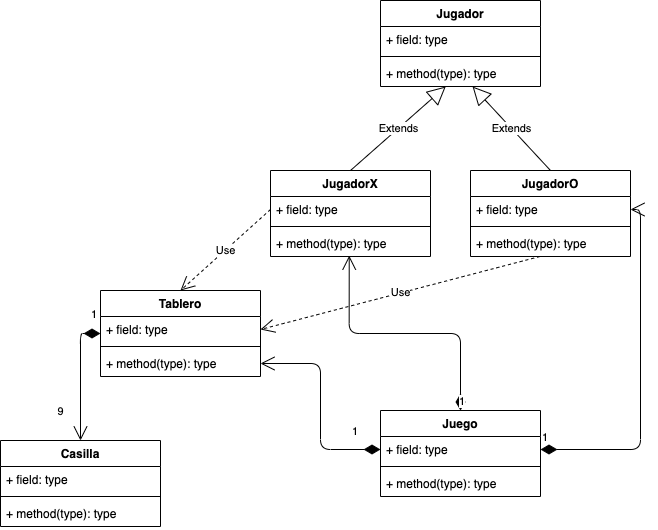
Before: P45/Clase8/UML_TresEnRaya.png, a diagram exported from draw.io (luismescobarf/clasesCiclo2). Source tidied: cells renumbered, new cells last; positions are measured from the earlier drawing's top-left corner, leaving out a move shared by most shapes. The source it was exported from:
```xml
<mxGraphModel background="#ffffff">
  <root>
    <mxCell id="0" />
    <mxCell id="1" parent="0" />
    <mxCell id="2" value="Casilla" style="swimlane;fontStyle=1;align=center;verticalAlign=top;horizontal=1;startSize=26;" parent="1" vertex="1">
      <mxGeometry y="440" width="160" height="86" as="geometry" />
    </mxCell>
    <mxCell id="3" value="+ field: type" style="text;strokeColor=none;fillColor=none;align=left;verticalAlign=top;spacingLeft=4;spacingRight=4;overflow=hidden;" parent="2" vertex="1">
      <mxGeometry y="26" width="160" height="26" as="geometry" />
    </mxCell>
    <mxCell id="4" style="line;strokeWidth=1;fillColor=none;align=left;verticalAlign=middle;spacingTop=-1;spacingLeft=3;spacingRight=3;labelPosition=right;" parent="2" vertex="1">
      <mxGeometry y="52" width="160" height="8" as="geometry" />
    </mxCell>
    <mxCell id="5" value="+ method(type): type" style="text;strokeColor=none;fillColor=none;align=left;verticalAlign=top;spacingLeft=4;spacingRight=4;overflow=hidden;" parent="2" vertex="1">
      <mxGeometry y="60" width="160" height="26" as="geometry" />
    </mxCell>
    <mxCell id="6" value="Tablero" style="swimlane;fontStyle=1;align=center;verticalAlign=top;horizontal=1;startSize=26;" parent="1" vertex="1">
      <mxGeometry x="100" y="290" width="160" height="86" as="geometry" />
    </mxCell>
    <mxCell id="7" value="+ field: type" style="text;strokeColor=none;fillColor=none;align=left;verticalAlign=top;spacingLeft=4;spacingRight=4;overflow=hidden;points=[[0,0.5],[1,0.5]];portConstraint=eastwest;" parent="6" vertex="1">
      <mxGeometry y="26" width="160" height="26" as="geometry" />
    </mxCell>
    <mxCell id="8" style="line;strokeWidth=1;fillColor=none;align=left;verticalAlign=middle;spacingTop=-1;spacingLeft=3;spacingRight=3;labelPosition=right;" parent="6" vertex="1">
      <mxGeometry y="52" width="160" height="8" as="geometry" />
    </mxCell>
    <mxCell id="9" value="+ method(type): type" style="text;strokeColor=none;fillColor=none;align=left;verticalAlign=top;spacingLeft=4;spacingRight=4;overflow=hidden;points=[[0,0.5],[1,0.5]];portConstraint=eastwest;" parent="6" vertex="1">
      <mxGeometry y="60" width="160" height="26" as="geometry" />
    </mxCell>
    <mxCell id="10" value="1" style="endArrow=open;html=1;endSize=12;startArrow=diamondThin;startSize=14;startFill=1;edgeStyle=orthogonalEdgeStyle;align=left;verticalAlign=bottom;entryX=0.5;entryY=0;entryDx=0;entryDy=0;exitX=0;exitY=0.5;exitDx=0;exitDy=0;" parent="1" edge="1" source="6" target="2">
      <mxGeometry x="-0.83" y="-10" relative="1" as="geometry" />
    </mxCell>
    <mxCell id="11" value="9" style="edgeLabel;html=1;align=center;verticalAlign=middle;" parent="10" vertex="1">
      <mxGeometry x="0.24" y="-1" relative="1" as="geometry">
        <mxPoint x="-19" y="18" as="offset" />
      </mxGeometry>
    </mxCell>
    <mxCell id="12" value="Jugador" style="swimlane;fontStyle=1;align=center;verticalAlign=top;horizontal=1;startSize=26;" parent="1" vertex="1">
      <mxGeometry x="380" width="160" height="86" as="geometry" />
    </mxCell>
    <mxCell id="13" value="+ field: type" style="text;strokeColor=none;fillColor=none;align=left;verticalAlign=top;spacingLeft=4;spacingRight=4;overflow=hidden;" parent="12" vertex="1">
      <mxGeometry y="26" width="160" height="26" as="geometry" />
    </mxCell>
    <mxCell id="14" style="line;strokeWidth=1;fillColor=none;align=left;verticalAlign=middle;spacingTop=-1;spacingLeft=3;spacingRight=3;labelPosition=right;" parent="12" vertex="1">
      <mxGeometry y="52" width="160" height="8" as="geometry" />
    </mxCell>
    <mxCell id="15" value="+ method(type): type" style="text;strokeColor=none;fillColor=none;align=left;verticalAlign=top;spacingLeft=4;spacingRight=4;overflow=hidden;points=[[0,0.5],[1,0.5]];portConstraint=eastwest;" parent="12" vertex="1">
      <mxGeometry y="60" width="160" height="26" as="geometry" />
    </mxCell>
    <mxCell id="16" value="JugadorX" style="swimlane;fontStyle=1;align=center;verticalAlign=top;horizontal=1;startSize=26;" parent="1" vertex="1">
      <mxGeometry x="270" y="170" width="160" height="86" as="geometry" />
    </mxCell>
    <mxCell id="17" value="+ field: type" style="text;strokeColor=none;fillColor=none;align=left;verticalAlign=top;spacingLeft=4;spacingRight=4;overflow=hidden;points=[[0,0.5],[1,0.5]];portConstraint=eastwest;" parent="16" vertex="1">
      <mxGeometry y="26" width="160" height="26" as="geometry" />
    </mxCell>
    <mxCell id="18" style="line;strokeWidth=1;fillColor=none;align=left;verticalAlign=middle;spacingTop=-1;spacingLeft=3;spacingRight=3;labelPosition=right;" parent="16" vertex="1">
      <mxGeometry y="52" width="160" height="8" as="geometry" />
    </mxCell>
    <mxCell id="19" value="+ method(type): type" style="text;strokeColor=none;fillColor=none;align=left;verticalAlign=top;spacingLeft=4;spacingRight=4;overflow=hidden;points=[[0,0.5],[1,0.5]];portConstraint=eastwest;" parent="16" vertex="1">
      <mxGeometry y="60" width="160" height="26" as="geometry" />
    </mxCell>
    <mxCell id="20" value="JugadorO" style="swimlane;fontStyle=1;align=center;verticalAlign=top;horizontal=1;startSize=26;" parent="1" vertex="1">
      <mxGeometry x="470" y="170" width="160" height="86" as="geometry" />
    </mxCell>
    <mxCell id="21" value="+ field: type" style="text;strokeColor=none;fillColor=none;align=left;verticalAlign=top;spacingLeft=4;spacingRight=4;overflow=hidden;points=[[0,0.5],[1,0.5]];portConstraint=eastwest;" parent="20" vertex="1">
      <mxGeometry y="26" width="160" height="26" as="geometry" />
    </mxCell>
    <mxCell id="22" style="line;strokeWidth=1;fillColor=none;align=left;verticalAlign=middle;spacingTop=-1;spacingLeft=3;spacingRight=3;labelPosition=right;" parent="20" vertex="1">
      <mxGeometry y="52" width="160" height="8" as="geometry" />
    </mxCell>
    <mxCell id="23" value="+ method(type): type" style="text;strokeColor=none;fillColor=none;align=left;verticalAlign=top;spacingLeft=4;spacingRight=4;overflow=hidden;points=[[0,0.5],[1,0.5]];portConstraint=eastwest;" parent="20" vertex="1">
      <mxGeometry y="60" width="160" height="26" as="geometry" />
    </mxCell>
    <mxCell id="24" value="Extends" style="endArrow=block;endSize=16;endFill=0;html=1;exitX=0.5;exitY=0;exitDx=0;exitDy=0;" parent="1" edge="1" source="16" target="15">
      <mxGeometry relative="1" as="geometry" />
    </mxCell>
    <mxCell id="25" value="Extends" style="endArrow=block;endSize=16;endFill=0;html=1;exitX=0.5;exitY=0;exitDx=0;exitDy=0;" parent="1" edge="1" source="20" target="15">
      <mxGeometry relative="1" as="geometry" />
    </mxCell>
    <mxCell id="26" value="Use" style="endArrow=open;endSize=12;dashed=1;html=1;exitX=0;exitY=0.5;exitDx=0;exitDy=0;entryX=0.5;entryY=0;entryDx=0;entryDy=0;" parent="1" edge="1" source="17" target="6">
      <mxGeometry relative="1" as="geometry" />
    </mxCell>
    <mxCell id="27" value="Use" style="endArrow=open;endSize=12;dashed=1;html=1;exitX=0.434;exitY=1;exitDx=0;exitDy=0;entryX=1;entryY=0.5;entryDx=0;entryDy=0;exitPerimeter=0;" parent="1" edge="1" source="23" target="7">
      <mxGeometry relative="1" as="geometry" />
    </mxCell>
    <mxCell id="28" value="Juego" style="swimlane;fontStyle=1;align=center;verticalAlign=top;horizontal=1;startSize=26;" parent="1" vertex="1">
      <mxGeometry x="380" y="410" width="160" height="86" as="geometry" />
    </mxCell>
    <mxCell id="29" value="+ field: type" style="text;strokeColor=none;fillColor=none;align=left;verticalAlign=top;spacingLeft=4;spacingRight=4;overflow=hidden;points=[[0,0.5],[1,0.5]];portConstraint=eastwest;" parent="28" vertex="1">
      <mxGeometry y="26" width="160" height="26" as="geometry" />
    </mxCell>
    <mxCell id="30" style="line;strokeWidth=1;fillColor=none;align=left;verticalAlign=middle;spacingTop=-1;spacingLeft=3;spacingRight=3;labelPosition=right;" parent="28" vertex="1">
      <mxGeometry y="52" width="160" height="8" as="geometry" />
    </mxCell>
    <mxCell id="31" value="+ method(type): type" style="text;strokeColor=none;fillColor=none;align=left;verticalAlign=top;spacingLeft=4;spacingRight=4;overflow=hidden;" parent="28" vertex="1">
      <mxGeometry y="60" width="160" height="26" as="geometry" />
    </mxCell>
    <mxCell id="32" value="1" style="endArrow=open;html=1;endSize=12;startArrow=diamondThin;startSize=14;startFill=1;edgeStyle=orthogonalEdgeStyle;align=left;verticalAlign=bottom;exitX=0;exitY=0.5;exitDx=0;exitDy=0;" parent="1" edge="1" source="29" target="9">
      <mxGeometry x="-0.71" y="-9" relative="1" as="geometry" />
    </mxCell>
    <mxCell id="33" value="1" style="endArrow=open;html=1;endSize=12;startArrow=diamondThin;startSize=14;startFill=1;edgeStyle=orthogonalEdgeStyle;align=left;verticalAlign=bottom;exitX=1;exitY=0.5;exitDx=0;exitDy=0;entryX=1;entryY=0.5;entryDx=0;entryDy=0;" parent="1" edge="1" source="29" target="21">
      <mxGeometry x="-1" y="3" relative="1" as="geometry" />
    </mxCell>
    <mxCell id="34" value="1" style="endArrow=open;html=1;endSize=12;startArrow=diamondThin;startSize=14;startFill=1;edgeStyle=orthogonalEdgeStyle;align=left;verticalAlign=bottom;exitX=0.5;exitY=0;exitDx=0;exitDy=0;entryX=0.492;entryY=0.968;entryDx=0;entryDy=0;entryPerimeter=0;" parent="1" edge="1" source="28" target="19">
      <mxGeometry x="-1" y="3" relative="1" as="geometry" />
    </mxCell>
  </root>
</mxGraphModel>
```
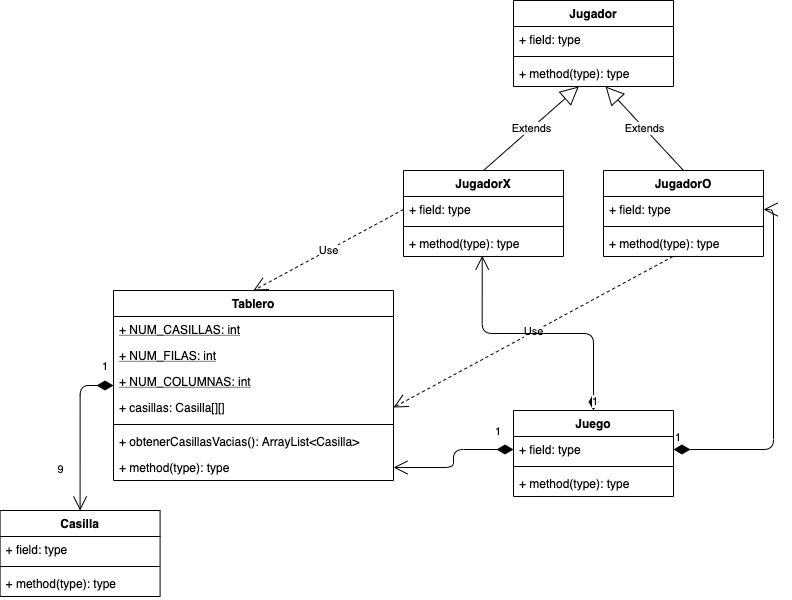
The same diagram one commit later.

Commit message:
Casilla y Tablero implementados de Tres En Raya

The edit, as a diff of the source:
```diff
@@ -3,7 +3,7 @@
     <mxCell id="0" />
     <mxCell id="1" parent="0" />
     <mxCell id="2" value="Casilla" style="swimlane;fontStyle=1;align=center;verticalAlign=top;horizontal=1;startSize=26;" parent="1" vertex="1">
-      <mxGeometry y="440" width="160" height="86" as="geometry" />
+      <mxGeometry x="-133.4" y="510" width="160" height="86" as="geometry" />
     </mxCell>
     <mxCell id="3" value="+ field: type" style="text;strokeColor=none;fillColor=none;align=left;verticalAlign=top;spacingLeft=4;spacingRight=4;overflow=hidden;" parent="2" vertex="1">
       <mxGeometry y="26" width="160" height="26" as="geometry" />
@@ -15,16 +15,28 @@
       <mxGeometry y="60" width="160" height="26" as="geometry" />
     </mxCell>
     <mxCell id="6" value="Tablero" style="swimlane;fontStyle=1;align=center;verticalAlign=top;horizontal=1;startSize=26;" parent="1" vertex="1">
-      <mxGeometry x="100" y="290" width="160" height="86" as="geometry" />
+      <mxGeometry x="-20" y="290" width="280" height="190" as="geometry" />
     </mxCell>
+    <mxCell id="35" value="+ NUM_CASILLAS: int" style="text;strokeColor=none;fillColor=none;align=left;verticalAlign=top;spacingLeft=4;spacingRight=4;overflow=hidden;fontStyle=4;" parent="6" vertex="1">
+      <mxGeometry y="26" width="280" height="26" as="geometry" />
+    </mxCell>
+    <mxCell id="36" value="+ NUM_FILAS: int" style="text;strokeColor=none;fillColor=none;align=left;verticalAlign=top;spacingLeft=4;spacingRight=4;overflow=hidden;fontStyle=4;" parent="6" vertex="1">
+      <mxGeometry y="52" width="280" height="26" as="geometry" />
+    </mxCell>
+    <mxCell id="37" value="+ NUM_COLUMNAS: int" style="text;strokeColor=none;fillColor=none;align=left;verticalAlign=top;spacingLeft=4;spacingRight=4;overflow=hidden;fontStyle=4;" parent="6" vertex="1">
+      <mxGeometry y="78" width="280" height="26" as="geometry" />
+    </mxCell>
-    <mxCell id="7" value="+ field: type" style="text;strokeColor=none;fillColor=none;align=left;verticalAlign=top;spacingLeft=4;spacingRight=4;overflow=hidden;points=[[0,0.5],[1,0.5]];portConstraint=eastwest;" parent="6" vertex="1">
-      <mxGeometry y="26" width="160" height="26" as="geometry" />
+    <mxCell id="7" value="+ casillas: Casilla[][]" style="text;strokeColor=none;fillColor=none;align=left;verticalAlign=top;spacingLeft=4;spacingRight=4;overflow=hidden;points=[[0,0.5],[1,0.5]];portConstraint=eastwest;" parent="6" vertex="1">
+      <mxGeometry y="104" width="280" height="26" as="geometry" />
     </mxCell>
     <mxCell id="8" style="line;strokeWidth=1;fillColor=none;align=left;verticalAlign=middle;spacingTop=-1;spacingLeft=3;spacingRight=3;labelPosition=right;" parent="6" vertex="1">
-      <mxGeometry y="52" width="160" height="8" as="geometry" />
+      <mxGeometry y="130" width="280" height="8" as="geometry" />
     </mxCell>
+    <mxCell id="38" value="+ obtenerCasillasVacias(): ArrayList&lt;Casilla&gt;" style="text;strokeColor=none;fillColor=none;align=left;verticalAlign=top;spacingLeft=4;spacingRight=4;overflow=hidden;" parent="6" vertex="1">
+      <mxGeometry y="138" width="280" height="26" as="geometry" />
+    </mxCell>
     <mxCell id="9" value="+ method(type): type" style="text;strokeColor=none;fillColor=none;align=left;verticalAlign=top;spacingLeft=4;spacingRight=4;overflow=hidden;points=[[0,0.5],[1,0.5]];portConstraint=eastwest;" parent="6" vertex="1">
-      <mxGeometry y="60" width="160" height="26" as="geometry" />
+      <mxGeometry y="164" width="280" height="26" as="geometry" />
     </mxCell>
     <mxCell id="10" value="1" style="endArrow=open;html=1;endSize=12;startArrow=diamondThin;startSize=14;startFill=1;edgeStyle=orthogonalEdgeStyle;align=left;verticalAlign=bottom;entryX=0.5;entryY=0;entryDx=0;entryDy=0;exitX=0;exitY=0.5;exitDx=0;exitDy=0;" parent="1" edge="1" source="6" target="2">
       <mxGeometry x="-0.83" y="-10" relative="1" as="geometry" />
```
